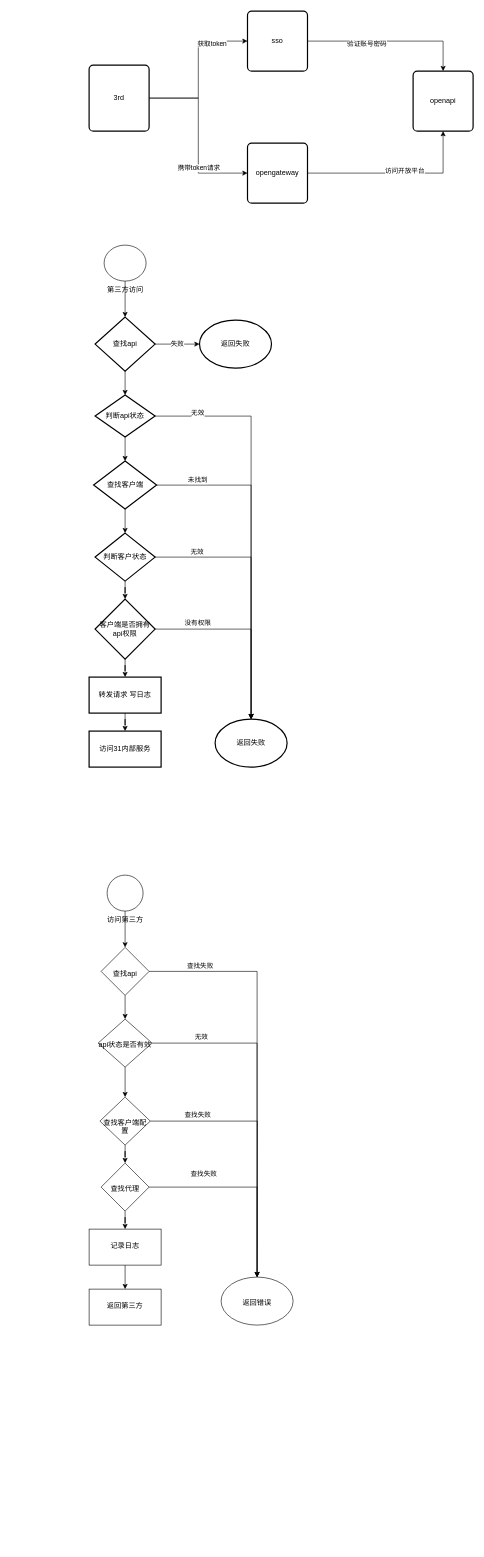
The draw.io diagram 未命名绘图.drawio in weianmeng/icon, before the edit. Source tidied: cells renumbered, new cells numbered last; positions are measured from the earlier drawing's top-left corner, leaving out a move shared by most shapes. Both pictures are drawn from the tidied source at 60%, with x=0, y=0 at pixel (89, 11).
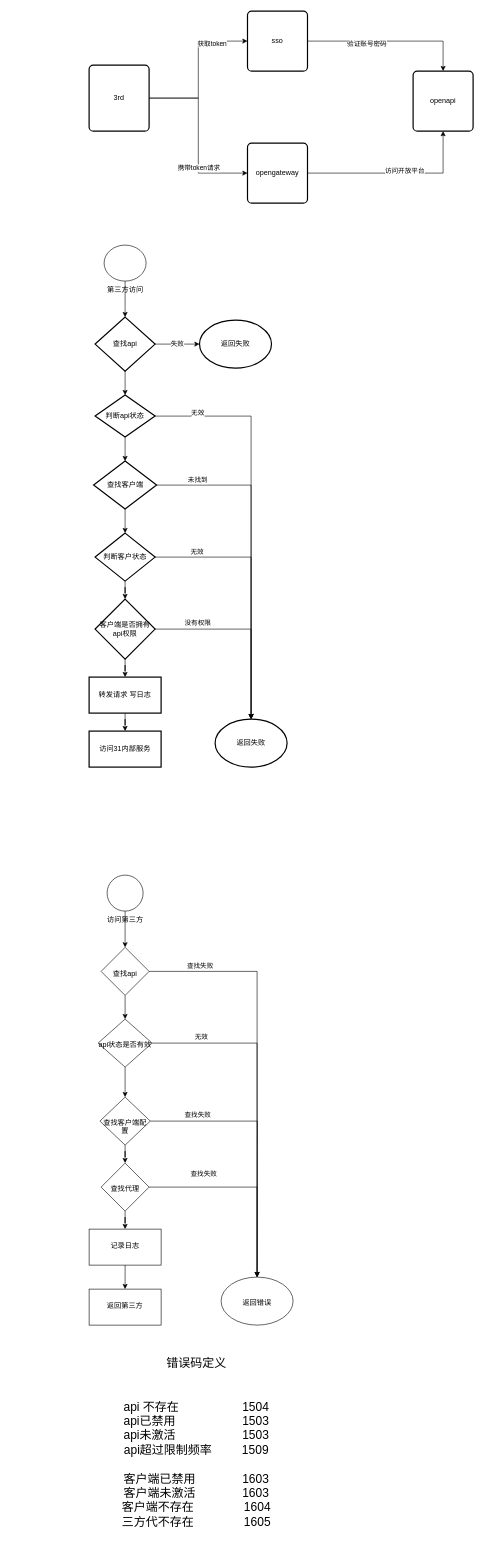
After the change.

Commit message:
更新未命名绘图.drawio

Change to the diagram source:
```diff
@@
+    <mxCell id="58" value="&lt;font style=&quot;font-size: 20px&quot;&gt;错误码定义&lt;br&gt;&lt;br&gt;&lt;br&gt;api 不存在&amp;nbsp; &amp;nbsp; &amp;nbsp; &amp;nbsp; &amp;nbsp; &amp;nbsp; &amp;nbsp; &amp;nbsp; &amp;nbsp; &amp;nbsp;1504&lt;br&gt;api已禁用&amp;nbsp; &amp;nbsp; &amp;nbsp; &amp;nbsp; &amp;nbsp; &amp;nbsp; &amp;nbsp; &amp;nbsp; &amp;nbsp; &amp;nbsp; 1503&lt;br&gt;api未激活&amp;nbsp; &amp;nbsp; &amp;nbsp; &amp;nbsp; &amp;nbsp; &amp;nbsp; &amp;nbsp; &amp;nbsp; &amp;nbsp; &amp;nbsp; 1503&lt;br&gt;api超过限制频率&amp;nbsp; &amp;nbsp; &amp;nbsp; &amp;nbsp; &amp;nbsp;1509&lt;br&gt;&lt;br&gt;客户端已禁用&amp;nbsp; &amp;nbsp; &amp;nbsp; &amp;nbsp; &amp;nbsp; &amp;nbsp; &amp;nbsp; 1603&lt;br&gt;客户端未激活&amp;nbsp; &amp;nbsp; &amp;nbsp; &amp;nbsp; &amp;nbsp; &amp;nbsp; &amp;nbsp; 1603&lt;br&gt;客户端不存在&amp;nbsp; &amp;nbsp; &amp;nbsp; &amp;nbsp; &amp;nbsp; &amp;nbsp; &amp;nbsp; &amp;nbsp;1604&lt;br&gt;三方代不存在&amp;nbsp; &amp;nbsp; &amp;nbsp; &amp;nbsp; &amp;nbsp; &amp;nbsp; &amp;nbsp; &amp;nbsp;1605&lt;/font&gt;" style="text;html=1;strokeColor=none;fillColor=none;align=center;verticalAlign=middle;whiteSpace=wrap;rounded=0;" parent="1" vertex="1">
+      <mxGeometry x="-131" y="2210" width="620" height="350" as="geometry" />
+    </mxCell>
```
